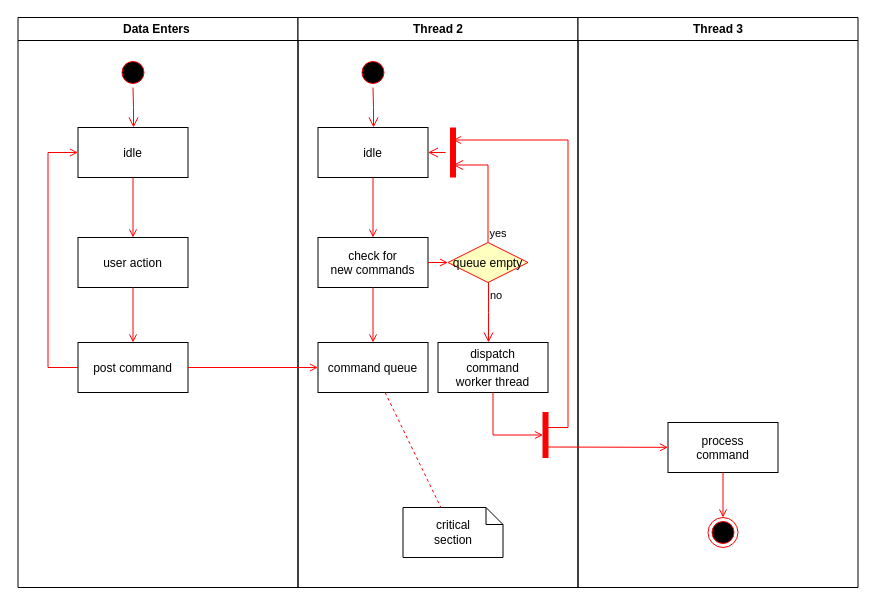
Earlier version of the draw.io diagram ActivityDiagram.drawio (WSQD3Chimp/General-Studies). Source tidied: cells renumbered, new cells numbered last; positions are measured from the earlier drawing's top-left corner, leaving out a move shared by most shapes. Both pictures are drawn from the tidied source at 100%, with x=0, y=0 at pixel (17, 17).
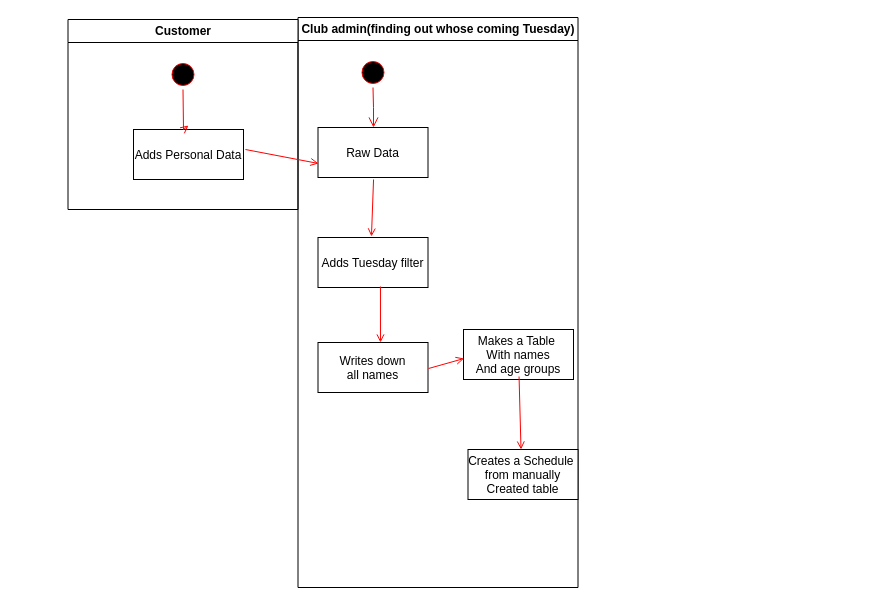
After the change.

What changed in the source:
```diff
@@
-    <mxCell id="2" value="Data Enters " style="swimlane;whiteSpace=wrap;" parent="1" vertex="1">
-      <mxGeometry x="0.5" width="280" height="570" as="geometry" />
-    </mxCell>
-    <mxCell id="3" style="ellipse;shape=startState;fillColor=#000000;strokeColor=#ff0000;" parent="2" vertex="1">
-      <mxGeometry x="100" y="40" width="30" height="30" as="geometry" />
-    </mxCell>
-    <mxCell id="4" style="edgeStyle=elbowEdgeStyle;elbow=horizontal;verticalAlign=bottom;endArrow=open;endSize=8;strokeColor=#FF0000;endFill=1;rounded=0;" parent="2" edge="1" source="3" target="5">
-      <mxGeometry x="100" y="40" as="geometry" />
-    </mxCell>
-    <mxCell id="5" value="idle" parent="2" vertex="1">
-      <mxGeometry x="60" y="110" width="110" height="50" as="geometry" />
-    </mxCell>
-    <mxCell id="6" value="user action" parent="2" vertex="1">
-      <mxGeometry x="60" y="220" width="110" height="50" as="geometry" />
-    </mxCell>
-    <mxCell id="7" style="endArrow=open;strokeColor=#FF0000;endFill=1;rounded=0;" parent="2" edge="1" source="5" target="6">
-      <mxGeometry relative="1" as="geometry" />
-    </mxCell>
-    <mxCell id="8" value="post command" parent="2" vertex="1">
-      <mxGeometry x="60" y="325" width="110" height="50" as="geometry" />
-    </mxCell>
-    <mxCell id="9" style="endArrow=open;strokeColor=#FF0000;endFill=1;rounded=0;" parent="2" edge="1" source="6" target="8">
-      <mxGeometry relative="1" as="geometry" />
-    </mxCell>
-    <mxCell id="10" style="edgeStyle=elbowEdgeStyle;elbow=horizontal;strokeColor=#FF0000;endArrow=open;endFill=1;rounded=0;" parent="2" edge="1" source="8" target="5">
-      <mxGeometry relative="1" as="geometry">
-        <Array as="points">
-          <mxPoint x="30" y="250" />
-        </Array>
-      </mxGeometry>
-    </mxCell>
-    <mxCell id="11" value="Thread 2" style="swimlane;whiteSpace=wrap;" parent="1" vertex="1">
+    <mxCell id="11" value="Club admin(finding out whose coming Tuesday)" style="swimlane;whiteSpace=wrap;" parent="1" vertex="1">
       <mxGeometry x="280.5" width="280" height="570" as="geometry" />
     </mxCell>
@@
-    <mxCell id="14" value="idle" parent="11" vertex="1">
+    <mxCell id="14" value="Raw Data" parent="11" vertex="1">
       <mxGeometry x="20" y="110" width="110" height="50" as="geometry" />
     </mxCell>
-    <mxCell id="15" value="check for &#10;new commands" parent="11" vertex="1">
+    <mxCell id="15" value="Adds Tuesday filter" parent="11" vertex="1">
       <mxGeometry x="20" y="220" width="110" height="50" as="geometry" />
     </mxCell>
-    <mxCell id="16" style="endArrow=open;strokeColor=#FF0000;endFill=1;rounded=0;" parent="11" edge="1" source="14" target="15">
+    <mxCell id="16" style="endArrow=open;strokeColor=#FF0000;endFill=1;rounded=0;exitX=0.505;exitY=1.04;exitDx=0;exitDy=0;exitPerimeter=0;entryX=0.486;entryY=-0.02;entryDx=0;entryDy=0;entryPerimeter=0;" parent="11" edge="1" source="14" target="15">
       <mxGeometry relative="1" as="geometry" />
     </mxCell>
-    <mxCell id="17" value="command queue" parent="11" vertex="1">
+    <mxCell id="17" value="Writes down &#10;all names" parent="11" vertex="1">
       <mxGeometry x="20" y="325" width="110" height="50" as="geometry" />
     </mxCell>
-    <mxCell id="18" style="endArrow=open;strokeColor=#FF0000;endFill=1;rounded=0;" parent="11" edge="1" source="15" target="17">
+    <mxCell id="18" style="endArrow=open;strokeColor=#FF0000;endFill=1;rounded=0;exitX=0.568;exitY=0.98;exitDx=0;exitDy=0;exitPerimeter=0;entryX=0.568;entryY=0;entryDx=0;entryDy=0;entryPerimeter=0;" parent="11" edge="1" source="15" target="17">
       <mxGeometry relative="1" as="geometry" />
     </mxCell>
-    <mxCell id="19" value="queue empty" style="rhombus;fillColor=#ffffc0;strokeColor=#ff0000;" parent="11" vertex="1">
-      <mxGeometry x="150" y="225" width="80" height="40" as="geometry" />
-    </mxCell>
-    <mxCell id="20" value="yes" style="edgeStyle=elbowEdgeStyle;elbow=horizontal;align=left;verticalAlign=bottom;endArrow=open;endSize=8;strokeColor=#FF0000;exitX=0.5;exitY=0;endFill=1;rounded=0;entryX=0.75;entryY=0.5;entryPerimeter=0;" parent="11" edge="1" source="19" target="23">
-      <mxGeometry x="-1" relative="1" as="geometry">
-        <Array as="points">
-          <mxPoint x="190" y="180" />
-        </Array>
-      </mxGeometry>
-    </mxCell>
-    <mxCell id="21" value="no" style="edgeStyle=elbowEdgeStyle;elbow=horizontal;align=left;verticalAlign=top;endArrow=open;endSize=8;strokeColor=#FF0000;endFill=1;rounded=0;" parent="11" edge="1" source="19" target="25">
-      <mxGeometry x="-1" relative="1" as="geometry" />
-    </mxCell>
-    <mxCell id="22" style="endArrow=open;strokeColor=#FF0000;endFill=1;rounded=0;" parent="11" edge="1" source="15" target="19">
-      <mxGeometry relative="1" as="geometry" />
-    </mxCell>
-    <mxCell id="23" style="shape=line;strokeWidth=6;strokeColor=#ff0000;rotation=90;" parent="11" vertex="1">
-      <mxGeometry x="130" y="127.5" width="50" height="15" as="geometry" />
-    </mxCell>
-    <mxCell id="24" style="edgeStyle=elbowEdgeStyle;elbow=horizontal;verticalAlign=bottom;endArrow=open;endSize=8;strokeColor=#FF0000;endFill=1;rounded=0;" parent="11" edge="1" source="23" target="14">
-      <mxGeometry x="130" y="90" as="geometry" />
-    </mxCell>
-    <mxCell id="25" value="dispatch&#10;command&#10;worker thread" parent="11" vertex="1">
-      <mxGeometry x="140" y="325" width="110" height="50" as="geometry" />
+    <mxCell id="25" value="Makes a Table &#10;With names&#10;And age groups" parent="11" vertex="1">
+      <mxGeometry x="165.5" y="312" width="110" height="50" as="geometry" />
     </mxCell>
-    <mxCell id="26" value="critical&#10;section" style="shape=note;whiteSpace=wrap;size=17;" parent="11" vertex="1">
-      <mxGeometry x="105" y="490" width="100" height="50" as="geometry" />
-    </mxCell>
-    <mxCell id="27" style="endArrow=none;strokeColor=#FF0000;endFill=0;rounded=0;dashed=1;" parent="11" edge="1" source="17" target="26">
-      <mxGeometry relative="1" as="geometry" />
-    </mxCell>
-    <mxCell id="28" style="whiteSpace=wrap;strokeColor=#FF0000;fillColor=#FF0000;" parent="11" vertex="1">
-      <mxGeometry x="245" y="395" width="5" height="45" as="geometry" />
-    </mxCell>
-    <mxCell id="29" style="edgeStyle=elbowEdgeStyle;elbow=horizontal;entryX=0;entryY=0.5;strokeColor=#FF0000;endArrow=open;endFill=1;rounded=0;" parent="11" edge="1" source="25" target="28">
-      <mxGeometry relative="1" as="geometry">
-        <Array as="points">
-          <mxPoint x="195" y="400" />
-        </Array>
-      </mxGeometry>
-    </mxCell>
-    <mxCell id="30" value="Thread 3" style="swimlane;whiteSpace=wrap;" parent="1" vertex="1">
-      <mxGeometry x="560.5" width="280" height="570" as="geometry" />
-    </mxCell>
-    <mxCell id="31" value="process&#10;command" parent="30" vertex="1">
-      <mxGeometry x="90" y="405" width="110" height="50" as="geometry" />
-    </mxCell>
-    <mxCell id="32" style="edgeStyle=elbowEdgeStyle;elbow=horizontal;strokeColor=#FF0000;endArrow=open;endFill=1;rounded=0;entryX=0.25;entryY=0.5;entryPerimeter=0;" parent="30" edge="1" target="23">
-      <mxGeometry relative="1" as="geometry">
-        <mxPoint x="-30" y="410" as="sourcePoint" />
-        <Array as="points">
-          <mxPoint x="-10" y="135" />
-        </Array>
-      </mxGeometry>
-    </mxCell>
-    <mxCell id="33" style="edgeStyle=none;strokeColor=#FF0000;endArrow=open;endFill=1;rounded=0;" parent="30" edge="1" target="31">
-      <mxGeometry relative="1" as="geometry">
-        <mxPoint x="-30" y="429.5" as="sourcePoint" />
-      </mxGeometry>
-    </mxCell>
-    <mxCell id="34" style="ellipse;shape=endState;fillColor=#000000;strokeColor=#ff0000;" parent="30" vertex="1">
-      <mxGeometry x="130" y="500" width="30" height="30" as="geometry" />
-    </mxCell>
-    <mxCell id="35" style="endArrow=open;strokeColor=#FF0000;endFill=1;rounded=0;" parent="30" edge="1" source="31" target="34">
-      <mxGeometry relative="1" as="geometry" />
-    </mxCell>
+    <mxCell id="37" value="Creates a Schedule &#10;from manually&#10;Created table" parent="11" vertex="1">
+      <mxGeometry x="170" y="432" width="110" height="50" as="geometry" />
+    </mxCell>
+    <mxCell id="38" style="endArrow=open;strokeColor=#FF0000;endFill=1;rounded=0;exitX=0.505;exitY=0.94;exitDx=0;exitDy=0;exitPerimeter=0;entryX=0.482;entryY=0;entryDx=0;entryDy=0;entryPerimeter=0;" parent="11" edge="1" source="25" target="37">
+      <mxGeometry relative="1" as="geometry" />
+    </mxCell>
+    <mxCell id="39" style="endArrow=open;strokeColor=#FF0000;endFill=1;rounded=0;exitX=1.005;exitY=0.52;exitDx=0;exitDy=0;exitPerimeter=0;entryX=0.005;entryY=0.58;entryDx=0;entryDy=0;entryPerimeter=0;" parent="11" edge="1" source="17" target="25">
+      <mxGeometry relative="1" as="geometry" />
+    </mxCell>
+    <mxCell id="2" value="Customer" style="swimlane;whiteSpace=wrap;" parent="1" vertex="1">
+      <mxGeometry x="50.5" y="2" width="230" height="190" as="geometry" />
+    </mxCell>
+    <mxCell id="3" style="ellipse;shape=startState;fillColor=#000000;strokeColor=#ff0000;" parent="2" vertex="1">
+      <mxGeometry x="100" y="40" width="30" height="30" as="geometry" />
+    </mxCell>
+    <mxCell id="8" value="Adds Personal Data" parent="2" vertex="1">
+      <mxGeometry x="65.5" y="110" width="110" height="50" as="geometry" />
+    </mxCell>
+    <mxCell id="9" style="endArrow=open;strokeColor=#FF0000;endFill=1;rounded=0;entryX=0.5;entryY=-0.08;entryDx=0;entryDy=0;entryPerimeter=0;" parent="2" edge="1" source="3" target="8">
+      <mxGeometry relative="1" as="geometry">
+        <Array as="points">
+          <mxPoint x="115.5" y="110" />
+        </Array>
+      </mxGeometry>
+    </mxCell>
-    <mxCell id="36" style="endArrow=open;strokeColor=#FF0000;endFill=1;rounded=0;" parent="1" edge="1" source="8" target="17">
+    <mxCell id="36" style="endArrow=open;strokeColor=#FF0000;endFill=1;rounded=0;exitX=1.018;exitY=0.4;exitDx=0;exitDy=0;exitPerimeter=0;entryX=0.005;entryY=0.72;entryDx=0;entryDy=0;entryPerimeter=0;" parent="1" edge="1" source="8" target="14">
       <mxGeometry relative="1" as="geometry" />
     </mxCell>
```
